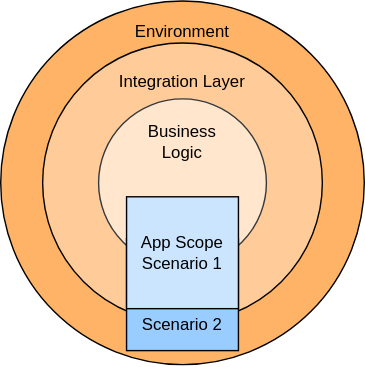
The draw.io diagram article_02/Untitled Diagram-Scen1+2.drawio.svg in StefanSchade/blog-operational-requirements-diagrams, before a commit. Source tidied: cells renumbered, new cells last; positions are measured from the earlier drawing's top-left corner, leaving out a move shared by most shapes.
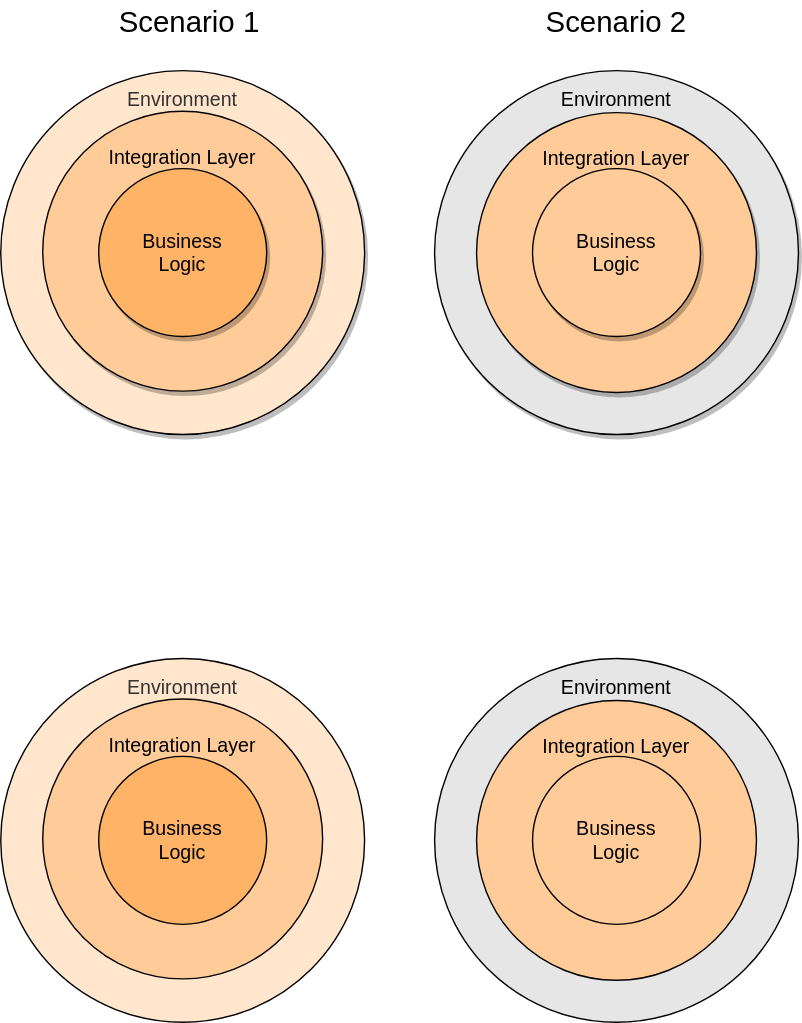
After the commit.

Diff of the diagram source:
```diff
@@ -2,23 +2,47 @@
   <root>
     <mxCell id="0" />
     <mxCell id="1" parent="0" />
-    <mxCell id="2" value="Environment&lt;br&gt;&lt;br&gt;&lt;br&gt;&lt;br&gt;&lt;br&gt;&lt;br&gt;&lt;br&gt;&lt;br&gt;&lt;br&gt;&lt;br&gt;&lt;br&gt;&lt;br&gt;&lt;br&gt;&lt;br&gt;&lt;br&gt;&lt;br&gt;" style="ellipse;whiteSpace=wrap;html=1;shadow=0;fillColor=#FFB366;strokeColor=default;gradientColor=none;" parent="1" vertex="1">
-      <mxGeometry width="260" height="260" as="geometry" />
+    <mxCell id="2" value="Environment&lt;br style=&quot;font-size: 14px&quot;&gt;&lt;br style=&quot;font-size: 14px&quot;&gt;&lt;br style=&quot;font-size: 14px&quot;&gt;&lt;br style=&quot;font-size: 14px&quot;&gt;&lt;br style=&quot;font-size: 14px&quot;&gt;&lt;br style=&quot;font-size: 14px&quot;&gt;&lt;br style=&quot;font-size: 14px&quot;&gt;&lt;br style=&quot;font-size: 14px&quot;&gt;&lt;br style=&quot;font-size: 14px&quot;&gt;&lt;br style=&quot;font-size: 14px&quot;&gt;&lt;br style=&quot;font-size: 14px&quot;&gt;&lt;br style=&quot;font-size: 14px&quot;&gt;&lt;br style=&quot;font-size: 14px&quot;&gt;&lt;br style=&quot;font-size: 14px&quot;&gt;" style="ellipse;whiteSpace=wrap;html=1;shadow=1;fillColor=#FFE6CC;strokeColor=#000000;fontColor=#333333;fontSize=14;" parent="1" vertex="1">
+      <mxGeometry x="-160" width="260" height="260" as="geometry" />
     </mxCell>
-    <mxCell id="3" value="Integration Layer&lt;br&gt;&lt;br&gt;&lt;br&gt;&lt;br&gt;&lt;br&gt;&lt;br&gt;&lt;br&gt;&lt;div&gt;&lt;br&gt;&lt;/div&gt;&lt;div&gt;&lt;br&gt;&lt;/div&gt;&lt;div&gt;&lt;br&gt;&lt;/div&gt;&lt;div&gt;&lt;br&gt;&lt;/div&gt;" style="ellipse;whiteSpace=wrap;html=1;shadow=0;fillColor=#FFCC99;strokeColor=default;align=center;" parent="1" vertex="1">
-      <mxGeometry x="30" y="30" width="200" height="200" as="geometry" />
+    <mxCell id="3" value="Integration Layer&lt;br style=&quot;font-size: 14px&quot;&gt;&lt;br style=&quot;font-size: 14px&quot;&gt;&lt;br style=&quot;font-size: 14px&quot;&gt;&lt;br style=&quot;font-size: 14px&quot;&gt;&lt;br style=&quot;font-size: 14px&quot;&gt;&lt;br style=&quot;font-size: 14px&quot;&gt;&lt;br style=&quot;font-size: 14px&quot;&gt;&lt;div style=&quot;font-size: 14px&quot;&gt;&lt;br style=&quot;font-size: 14px&quot;&gt;&lt;/div&gt;&lt;div style=&quot;font-size: 14px&quot;&gt;&lt;br&gt;&lt;/div&gt;" style="ellipse;whiteSpace=wrap;html=1;shadow=1;fillColor=#FFCC99;strokeColor=#000000;align=center;fontSize=14;" parent="1" vertex="1">
+      <mxGeometry x="-130" y="29" width="200" height="200" as="geometry" />
     </mxCell>
-    <mxCell id="4" value="Business&lt;br&gt;Logic&lt;br&gt;&lt;br&gt;&lt;br&gt;&lt;br&gt;&lt;br&gt;" style="ellipse;whiteSpace=wrap;html=1;fillColor=#FFE6CC;strokeColor=#36393d;direction=south;" parent="1" vertex="1">
-      <mxGeometry x="70" y="70" width="120" height="120" as="geometry" />
+    <mxCell id="4" value="Business&lt;br style=&quot;font-size: 14px;&quot;&gt;Logic" style="ellipse;whiteSpace=wrap;html=1;fillColor=#FFB366;strokeColor=#000000;direction=south;fontSize=14;shadow=1;" parent="1" vertex="1">
+      <mxGeometry x="-90" y="70" width="120" height="120" as="geometry" />
     </mxCell>
-    <mxCell id="5" style="edgeStyle=orthogonalEdgeStyle;rounded=0;orthogonalLoop=1;jettySize=auto;html=1;exitX=0.75;exitY=0;exitDx=0;exitDy=0;entryX=1;entryY=0.25;entryDx=0;entryDy=0;fontFamily=Helvetica;fontSize=12;fontColor=default;" parent="1" edge="1" source="7" target="7">
-      <mxGeometry relative="1" as="geometry" />
-    </mxCell>
+    <mxCell id="8" value="Environment&lt;br style=&quot;font-size: 14px&quot;&gt;&lt;br style=&quot;font-size: 14px&quot;&gt;&lt;br style=&quot;font-size: 14px&quot;&gt;&lt;br style=&quot;font-size: 14px&quot;&gt;&lt;br style=&quot;font-size: 14px&quot;&gt;&lt;br style=&quot;font-size: 14px&quot;&gt;&lt;br style=&quot;font-size: 14px&quot;&gt;&lt;br style=&quot;font-size: 14px&quot;&gt;&lt;br style=&quot;font-size: 14px&quot;&gt;&lt;br style=&quot;font-size: 14px&quot;&gt;&lt;br style=&quot;font-size: 14px&quot;&gt;&lt;br style=&quot;font-size: 14px&quot;&gt;&lt;br style=&quot;font-size: 14px&quot;&gt;&lt;br style=&quot;font-size: 14px&quot;&gt;" style="ellipse;whiteSpace=wrap;html=1;shadow=1;fillColor=#E6E6E6;strokeColor=#000000;gradientColor=none;fontSize=14;" parent="1" vertex="1">
+      <mxGeometry x="150" width="260" height="260" as="geometry" />
+    </mxCell>
+    <mxCell id="9" value="Integration Layer&lt;br style=&quot;font-size: 14px&quot;&gt;&lt;br style=&quot;font-size: 14px&quot;&gt;&lt;br style=&quot;font-size: 14px&quot;&gt;&lt;br style=&quot;font-size: 14px&quot;&gt;&lt;br style=&quot;font-size: 14px&quot;&gt;&lt;br style=&quot;font-size: 14px&quot;&gt;&lt;br style=&quot;font-size: 14px&quot;&gt;&lt;div style=&quot;font-size: 14px&quot;&gt;&lt;br style=&quot;font-size: 14px&quot;&gt;&lt;/div&gt;&lt;div style=&quot;font-size: 14px&quot;&gt;&lt;br style=&quot;font-size: 14px&quot;&gt;&lt;/div&gt;" style="ellipse;whiteSpace=wrap;html=1;shadow=1;fillColor=#FFCC99;strokeColor=#000000;align=center;horizontal=1;fontSize=14;" parent="1" vertex="1">
+      <mxGeometry x="180" y="30" width="200" height="200" as="geometry" />
+    </mxCell>
+    <mxCell id="10" value="Business&lt;br style=&quot;font-size: 14px;&quot;&gt;Logic&lt;br style=&quot;font-size: 14px;&quot;&gt;" style="ellipse;whiteSpace=wrap;html=1;fillColor=#FFCC99;strokeColor=#000000;direction=south;fontSize=14;shadow=1;" parent="1" vertex="1">
+      <mxGeometry x="220" y="70" width="120" height="120" as="geometry" />
+    </mxCell>
+    <mxCell id="11" value="Scenario 1" style="rounded=0;whiteSpace=wrap;html=1;fillColor=none;strokeColor=none;fontSize=21;" parent="1" vertex="1">
+      <mxGeometry x="-80" y="-50" width="110" height="30" as="geometry" />
+    </mxCell>
-    <mxCell id="6" value="&lt;br&gt;&lt;br&gt;&lt;br&gt;Scenario 2" style="whiteSpace=wrap;html=1;shadow=0;fontFamily=Helvetica;fontSize=12;fontColor=default;strokeColor=default;fillColor=#99CCFF;direction=south;" parent="1" vertex="1">
-      <mxGeometry x="90" y="170" width="80" height="80" as="geometry" />
+    <mxCell id="6" value="Scenario 2" style="rounded=0;whiteSpace=wrap;html=1;fillColor=none;strokeColor=none;fontSize=21;" parent="1" vertex="1">
+      <mxGeometry x="225" y="-50" width="110" height="30" as="geometry" />
     </mxCell>
-    <mxCell id="7" value="App Scope&lt;br&gt;Scenario 1" style="whiteSpace=wrap;html=1;shadow=0;fontFamily=Helvetica;fontSize=12;fontColor=default;strokeColor=default;fillColor=#CCE5FF;direction=south;" parent="1" vertex="1">
-      <mxGeometry x="90" y="140" width="80" height="80" as="geometry" />
-    </mxCell>
+    <mxCell id="12" value="Environment&lt;br style=&quot;font-size: 14px&quot;&gt;&lt;br style=&quot;font-size: 14px&quot;&gt;&lt;br style=&quot;font-size: 14px&quot;&gt;&lt;br style=&quot;font-size: 14px&quot;&gt;&lt;br style=&quot;font-size: 14px&quot;&gt;&lt;br style=&quot;font-size: 14px&quot;&gt;&lt;br style=&quot;font-size: 14px&quot;&gt;&lt;br style=&quot;font-size: 14px&quot;&gt;&lt;br style=&quot;font-size: 14px&quot;&gt;&lt;br style=&quot;font-size: 14px&quot;&gt;&lt;br style=&quot;font-size: 14px&quot;&gt;&lt;br style=&quot;font-size: 14px&quot;&gt;&lt;br style=&quot;font-size: 14px&quot;&gt;&lt;br style=&quot;font-size: 14px&quot;&gt;" style="ellipse;whiteSpace=wrap;html=1;shadow=0;fillColor=#FFE6CC;strokeColor=#000000;fontColor=#333333;fontSize=14;" parent="1" vertex="1">
+      <mxGeometry x="-160" y="420" width="260" height="260" as="geometry" />
+    </mxCell>
+    <mxCell id="13" value="Integration Layer&lt;br style=&quot;font-size: 14px&quot;&gt;&lt;br style=&quot;font-size: 14px&quot;&gt;&lt;br style=&quot;font-size: 14px&quot;&gt;&lt;br style=&quot;font-size: 14px&quot;&gt;&lt;br style=&quot;font-size: 14px&quot;&gt;&lt;br style=&quot;font-size: 14px&quot;&gt;&lt;br style=&quot;font-size: 14px&quot;&gt;&lt;div style=&quot;font-size: 14px&quot;&gt;&lt;br style=&quot;font-size: 14px&quot;&gt;&lt;/div&gt;&lt;div style=&quot;font-size: 14px&quot;&gt;&lt;br&gt;&lt;/div&gt;" style="ellipse;whiteSpace=wrap;html=1;shadow=0;fillColor=#FFCC99;strokeColor=#000000;align=center;fontSize=14;" parent="1" vertex="1">
+      <mxGeometry x="-130" y="449" width="200" height="200" as="geometry" />
+    </mxCell>
+    <mxCell id="14" value="Business&lt;br style=&quot;font-size: 14px;&quot;&gt;Logic" style="ellipse;whiteSpace=wrap;html=1;fillColor=#FFB366;strokeColor=#000000;direction=south;fontSize=14;" parent="1" vertex="1">
+      <mxGeometry x="-90" y="490" width="120" height="120" as="geometry" />
+    </mxCell>
+    <mxCell id="15" value="Environment&lt;br style=&quot;font-size: 14px&quot;&gt;&lt;br style=&quot;font-size: 14px&quot;&gt;&lt;br style=&quot;font-size: 14px&quot;&gt;&lt;br style=&quot;font-size: 14px&quot;&gt;&lt;br style=&quot;font-size: 14px&quot;&gt;&lt;br style=&quot;font-size: 14px&quot;&gt;&lt;br style=&quot;font-size: 14px&quot;&gt;&lt;br style=&quot;font-size: 14px&quot;&gt;&lt;br style=&quot;font-size: 14px&quot;&gt;&lt;br style=&quot;font-size: 14px&quot;&gt;&lt;br style=&quot;font-size: 14px&quot;&gt;&lt;br style=&quot;font-size: 14px&quot;&gt;&lt;br style=&quot;font-size: 14px&quot;&gt;&lt;br style=&quot;font-size: 14px&quot;&gt;" style="ellipse;whiteSpace=wrap;html=1;shadow=0;fillColor=#E6E6E6;strokeColor=#000000;gradientColor=none;fontSize=14;" parent="1" vertex="1">
+      <mxGeometry x="150" y="420" width="260" height="260" as="geometry" />
+    </mxCell>
+    <mxCell id="16" value="Integration Layer&lt;br style=&quot;font-size: 14px&quot;&gt;&lt;br style=&quot;font-size: 14px&quot;&gt;&lt;br style=&quot;font-size: 14px&quot;&gt;&lt;br style=&quot;font-size: 14px&quot;&gt;&lt;br style=&quot;font-size: 14px&quot;&gt;&lt;br style=&quot;font-size: 14px&quot;&gt;&lt;br style=&quot;font-size: 14px&quot;&gt;&lt;div style=&quot;font-size: 14px&quot;&gt;&lt;br style=&quot;font-size: 14px&quot;&gt;&lt;/div&gt;&lt;div style=&quot;font-size: 14px&quot;&gt;&lt;br style=&quot;font-size: 14px&quot;&gt;&lt;/div&gt;" style="ellipse;whiteSpace=wrap;html=1;shadow=0;fillColor=#FFCC99;strokeColor=#000000;align=center;horizontal=1;fontSize=14;" parent="1" vertex="1">
+      <mxGeometry x="180" y="450" width="200" height="200" as="geometry" />
+    </mxCell>
+    <mxCell id="17" value="Business&lt;br style=&quot;font-size: 14px;&quot;&gt;Logic&lt;br style=&quot;font-size: 14px;&quot;&gt;" style="ellipse;whiteSpace=wrap;html=1;fillColor=#FFCC99;strokeColor=#000000;direction=south;fontSize=14;" parent="1" vertex="1">
+      <mxGeometry x="220" y="490" width="120" height="120" as="geometry" />
+    </mxCell>
   </root>
 </mxGraphModel>
```
